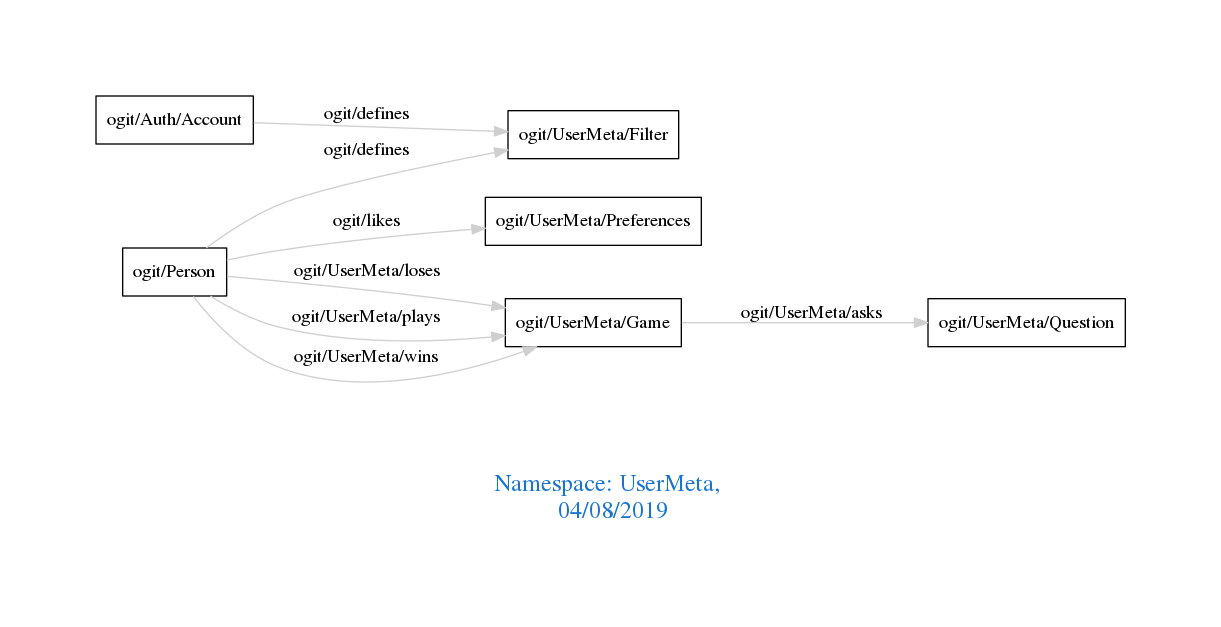
Before: downloads/UserMeta.png, a diagram exported from Graphviz (arago/OGIT). Its source is kept beside it as downloads/UserMeta.dot.
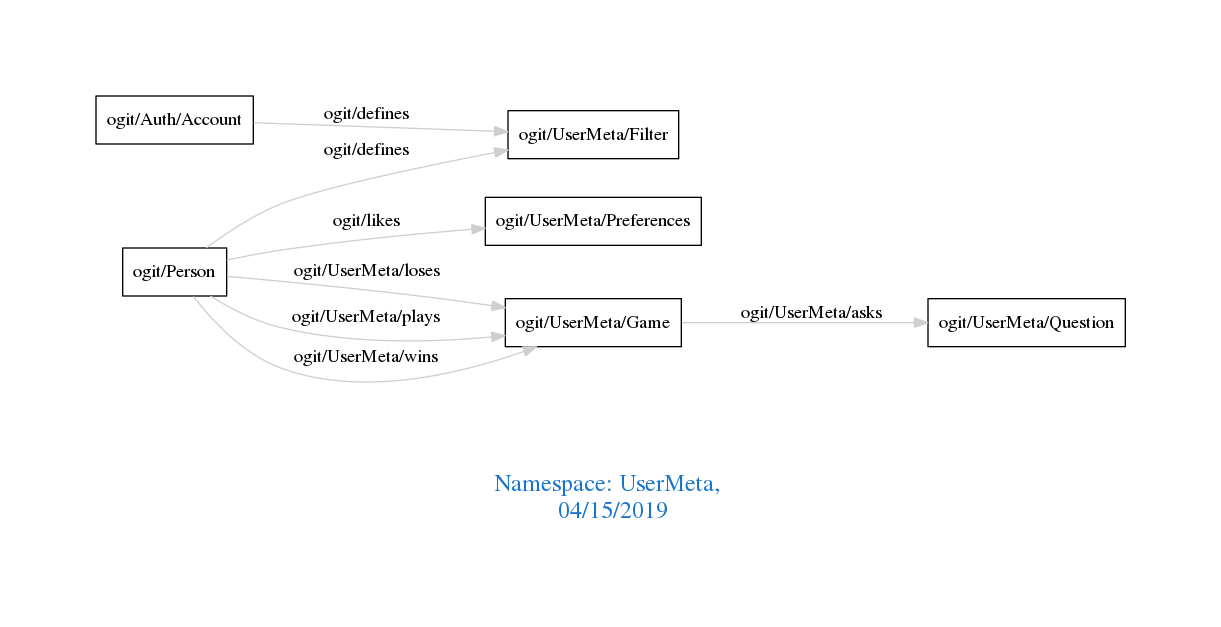
Later version of the same file.

Change to the diagram source:
```diff
@@ -1,7 +1,7 @@
 digraph OGIT_ontology {
  graph [ rankdir= LR,pad=1
 fontsize = 18,
-fontcolor= dodgerblue3,label = "\n\n\nNamespace: UserMeta, \n 04/08/2019"];
+fontcolor= dodgerblue3,label = "\n\n\nNamespace: UserMeta, \n 04/15/2019"];
 node[shape=polygon];
 edge [  color="gray81"];
 
```
